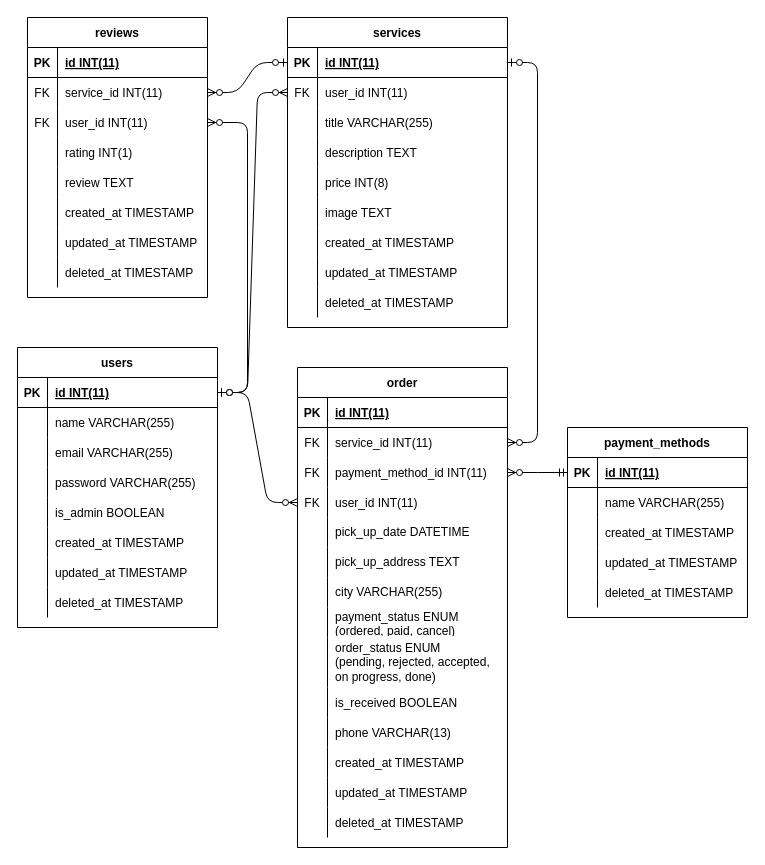
Before: ERD/erd.drawio in alta-shoes-and-care/BE, a draw.io diagram. Source tidied: cells renumbered, new cells numbered last; positions are measured from the earlier drawing's top-left corner, leaving out a move shared by most shapes. Both pictures are drawn from the tidied source at 100%, with x=0, y=0 at pixel (17, 17).
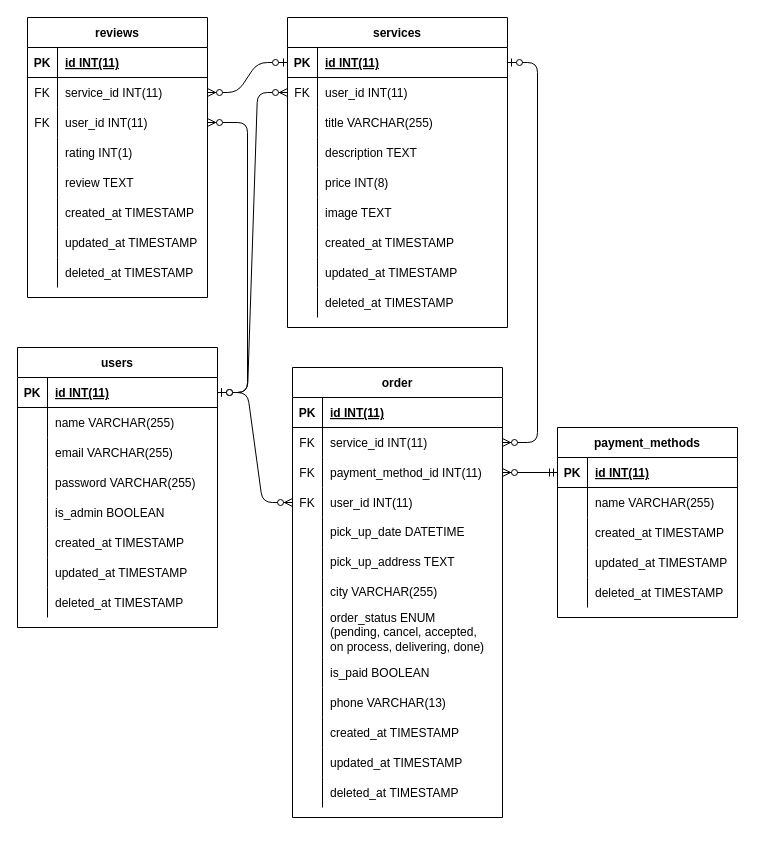
The same diagram, later.

Unchanged cells that the change refers to:
```xml
<mxCell id="28" style="shape=tableRow;horizontal=0;startSize=0;swimlaneHead=0;swimlaneBody=0;fillColor=none;points=[[0,0.5],[1,0.5]];portConstraint=eastwest;top=0;left=0;right=0;bottom=1;" parent="27" vertex="1">
  <mxGeometry y="30" width="220" height="30" as="geometry" />
</mxCell>
<mxCell id="76" style="shape=tableRow;horizontal=0;startSize=0;swimlaneHead=0;swimlaneBody=0;fillColor=none;points=[[0,0.5],[1,0.5]];portConstraint=eastwest;top=0;left=0;right=0;bottom=0;" parent="72" vertex="1">
  <mxGeometry y="60" width="210" height="30" as="geometry" />
</mxCell>
```

The edit, as a diff of the source:
```diff
@@
     <mxCell id="55" value="payment_methods" style="shape=table;startSize=30;childLayout=tableLayout;rowLines=0;fontStyle=1;align=center;" parent="1" vertex="1">
-      <mxGeometry x="550" y="410" width="180" height="190" as="geometry" />
+      <mxGeometry x="540" y="410" width="180" height="190" as="geometry" />
     </mxCell>
@@
     <mxCell id="72" value="order" style="shape=table;startSize=30;childLayout=tableLayout;rowLines=0;fontStyle=1;align=center;" parent="1" vertex="1">
-      <mxGeometry x="280" y="350" width="210" height="480" as="geometry" />
+      <mxGeometry x="275" y="350" width="210" height="450" as="geometry" />
     </mxCell>
@@
-    <mxCell id="94" style="shape=tableRow;horizontal=0;startSize=0;swimlaneHead=0;swimlaneBody=0;fillColor=none;top=0;left=0;right=0;bottom=0;" parent="72" vertex="1">
-      <mxGeometry y="240" width="210" height="30" as="geometry" />
-    </mxCell>
-    <mxCell id="95" style="shape=partialRectangle;fillColor=none;top=0;left=0;bottom=0;right=0;overflow=hidden;" parent="94" vertex="1">
-      <mxGeometry width="30" height="30" as="geometry" />
-    </mxCell>
-    <mxCell id="96" value="payment_status ENUM (ordered, paid, cancel)" style="shape=partialRectangle;fillColor=none;top=0;left=0;bottom=0;right=0;align=left;spacingLeft=6;overflow=hidden;whiteSpace=wrap;" parent="94" vertex="1">
-      <mxGeometry x="30" width="180" height="30" as="geometry" />
-    </mxCell>
     <mxCell id="97" style="shape=tableRow;horizontal=0;startSize=0;swimlaneHead=0;swimlaneBody=0;fillColor=none;top=0;left=0;right=0;bottom=0;" parent="72" vertex="1">
-      <mxGeometry y="270" width="210" height="50" as="geometry" />
+      <mxGeometry y="240" width="210" height="50" as="geometry" />
     </mxCell>
@@
-    <mxCell id="99" value="order_status ENUM&#10;(pending, rejected, accepted,&#10;on progress, done)" style="shape=partialRectangle;fillColor=none;top=0;left=0;bottom=0;right=0;align=left;spacingLeft=6;overflow=hidden;whiteSpace=wrap;" parent="97" vertex="1">
+    <mxCell id="99" value="order_status ENUM&#10;(pending, cancel, accepted,&#10;on process, delivering, done)" style="shape=partialRectangle;fillColor=none;top=0;left=0;bottom=0;right=0;align=left;spacingLeft=6;overflow=hidden;whiteSpace=wrap;" parent="97" vertex="1">
       <mxGeometry x="30" width="180" height="50" as="geometry" />
     </mxCell>
-    <mxCell id="100" style="shape=tableRow;horizontal=0;startSize=0;swimlaneHead=0;swimlaneBody=0;fillColor=none;top=0;left=0;right=0;bottom=0;" parent="72" vertex="1">
-      <mxGeometry y="320" width="210" height="30" as="geometry" />
-    </mxCell>
-    <mxCell id="101" style="shape=partialRectangle;fillColor=none;top=0;left=0;bottom=0;right=0;overflow=hidden;" parent="100" vertex="1">
-      <mxGeometry width="30" height="30" as="geometry" />
-    </mxCell>
-    <mxCell id="102" value="is_received BOOLEAN" style="shape=partialRectangle;fillColor=none;top=0;left=0;bottom=0;right=0;align=left;spacingLeft=6;overflow=hidden;" parent="100" vertex="1">
-      <mxGeometry x="30" width="180" height="30" as="geometry" />
-    </mxCell>
+    <mxCell id="145" style="shape=tableRow;horizontal=0;startSize=0;swimlaneHead=0;swimlaneBody=0;fillColor=none;top=0;left=0;right=0;bottom=0;" parent="72" vertex="1">
+      <mxGeometry y="290" width="210" height="30" as="geometry" />
+    </mxCell>
+    <mxCell id="146" style="shape=partialRectangle;fillColor=none;top=0;left=0;bottom=0;right=0;overflow=hidden;" parent="145" vertex="1">
+      <mxGeometry width="30" height="30" as="geometry" />
+    </mxCell>
+    <mxCell id="147" value="is_paid BOOLEAN" style="shape=partialRectangle;fillColor=none;top=0;left=0;bottom=0;right=0;align=left;spacingLeft=6;overflow=hidden;" parent="145" vertex="1">
+      <mxGeometry x="30" width="180" height="30" as="geometry" />
+    </mxCell>
     <mxCell id="103" style="shape=tableRow;horizontal=0;startSize=0;swimlaneHead=0;swimlaneBody=0;fillColor=none;top=0;left=0;right=0;bottom=0;" parent="72" vertex="1">
-      <mxGeometry y="350" width="210" height="30" as="geometry" />
+      <mxGeometry y="320" width="210" height="30" as="geometry" />
     </mxCell>
@@
     <mxCell id="106" style="shape=tableRow;horizontal=0;startSize=0;swimlaneHead=0;swimlaneBody=0;fillColor=none;top=0;left=0;right=0;bottom=0;" parent="72" vertex="1">
-      <mxGeometry y="380" width="210" height="30" as="geometry" />
+      <mxGeometry y="350" width="210" height="30" as="geometry" />
     </mxCell>
@@
     <mxCell id="109" style="shape=tableRow;horizontal=0;startSize=0;swimlaneHead=0;swimlaneBody=0;fillColor=none;top=0;left=0;right=0;bottom=0;" parent="72" vertex="1">
-      <mxGeometry y="410" width="210" height="30" as="geometry" />
+      <mxGeometry y="380" width="210" height="30" as="geometry" />
     </mxCell>
@@
     <mxCell id="112" style="shape=tableRow;horizontal=0;startSize=0;swimlaneHead=0;swimlaneBody=0;fillColor=none;top=0;left=0;right=0;bottom=0;" parent="72" vertex="1">
-      <mxGeometry y="440" width="210" height="30" as="geometry" />
+      <mxGeometry y="410" width="210" height="30" as="geometry" />
     </mxCell>
@@
-    <mxCell id="144" style="edgeStyle=entityRelationEdgeStyle;fontSize=12;html=1;endArrow=ERzeroToMany;startArrow=ERzeroToOne;exitX=1;exitY=0.5;exitDx=0;exitDy=0;" parent="1" edge="1" source="28" target="76">
+    <mxCell id="144" style="edgeStyle=entityRelationEdgeStyle;fontSize=12;html=1;endArrow=ERzeroToMany;startArrow=ERzeroToOne;" parent="1" edge="1" source="28" target="76">
       <mxGeometry relative="1" as="geometry" />
     </mxCell>
```
